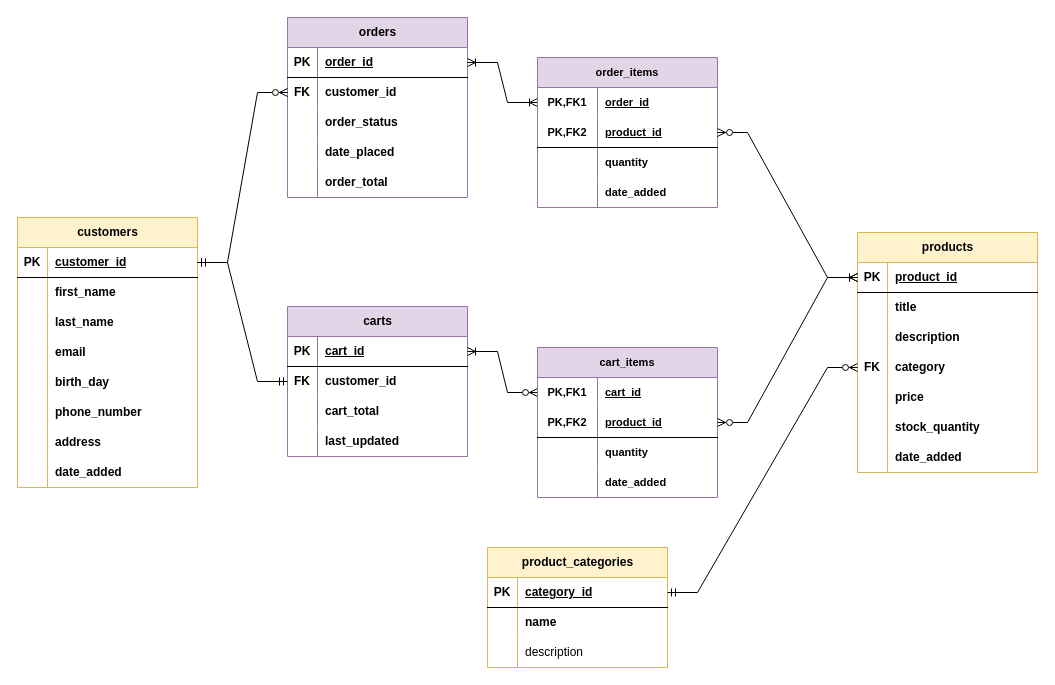
Before: page "Overall ERD" (1 of 2) of db/ERD.drawio in MurtadhaInit/e-store-backend, a draw.io diagram. Source tidied: cells renumbered, new cells numbered last; positions are measured from the earlier drawing's top-left corner, leaving out a move shared by most shapes. Both pictures are drawn from the tidied source at 100%, with x=0, y=0 at pixel (17, 17).
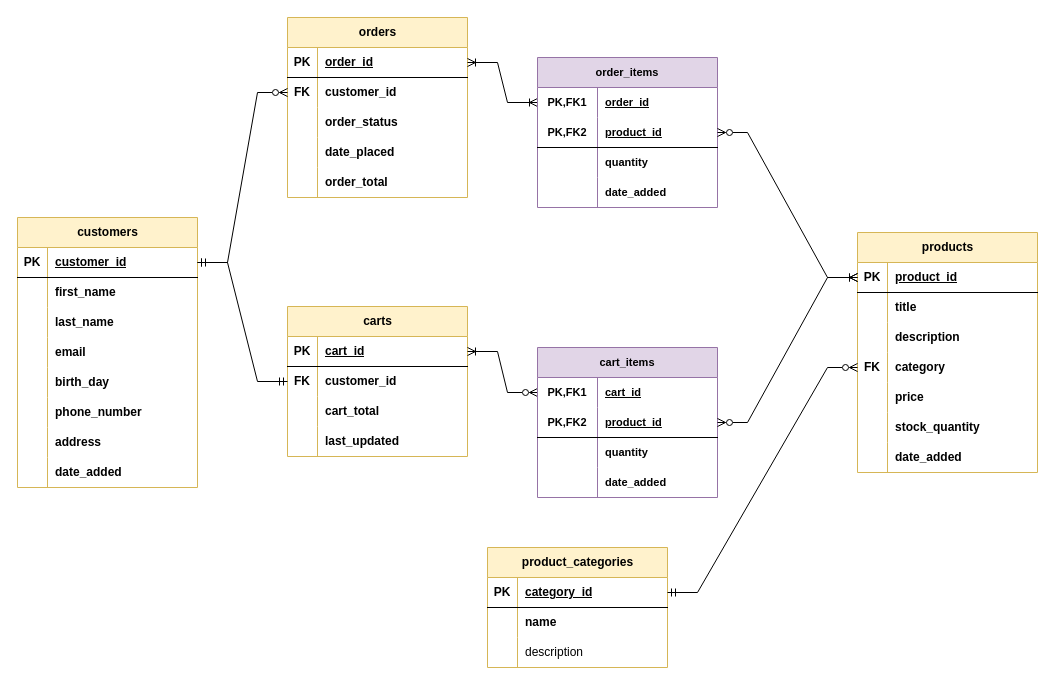
The same page after the edit.

Diff of the diagram source:
```diff
@@
-    <mxCell id="24" value="orders" style="shape=table;startSize=30;childLayout=tableLayout;rowLines=0;fontStyle=1;align=center;html=1;fillColor=#e1d5e7;strokeColor=#9673a6;fontColor=#000000;" parent="1" vertex="1">
+    <mxCell id="24" value="orders" style="shape=table;startSize=30;childLayout=tableLayout;rowLines=0;fontStyle=1;align=center;html=1;fillColor=#fff2cc;strokeColor=#d6b656;" parent="1" vertex="1">
       <mxGeometry x="270" width="180" height="180" as="geometry" />
     </mxCell>
@@
-    <mxCell id="67" value="carts" style="shape=table;startSize=30;childLayout=tableLayout;rowLines=0;fontStyle=1;align=center;html=1;fillColor=#e1d5e7;strokeColor=#9673a6;fontColor=#000000;" parent="1" vertex="1">
+    <mxCell id="67" value="carts" style="shape=table;startSize=30;childLayout=tableLayout;rowLines=0;fontStyle=1;align=center;html=1;fillColor=#fff2cc;strokeColor=#d6b656;" parent="1" vertex="1">
       <mxGeometry x="270" y="289" width="180" height="150" as="geometry" />
     </mxCell>
```
